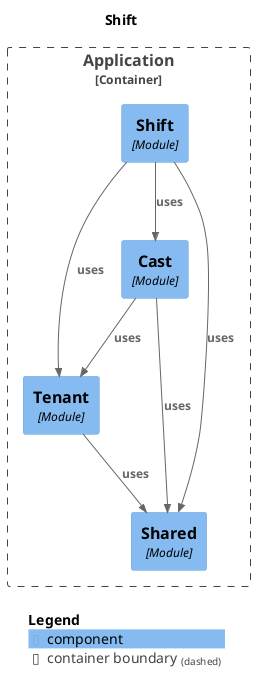
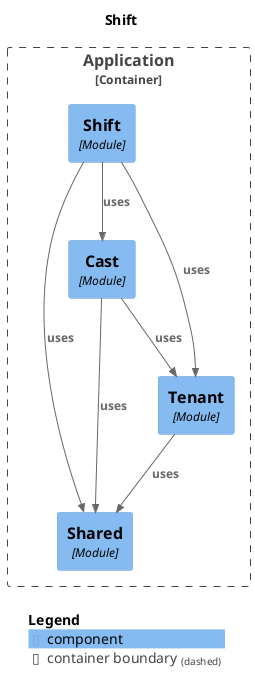
@startuml
set separator none
title Shift

top to bottom direction

!include <C4/C4>
!include <C4/C4_Context>
!include <C4/C4_Component>

Container_Boundary("Application.Application_boundary", "Application", $tags="") {
-   Component(Application.Application.Tenant, "Tenant", $techn="Module", $descr="", $tags="", $link="")
  Component(Application.Application.Cast, "Cast", $techn="Module", $descr="", $tags="", $link="")
  Component(Application.Application.Shift, "Shift", $techn="Module", $descr="", $tags="", $link="")
  Component(Application.Application.Shared, "Shared", $techn="Module", $descr="", $tags="", $link="")
+   Component(Application.Application.Tenant, "Tenant", $techn="Module", $descr="", $tags="", $link="")
}

+ Rel(Application.Application.Shift, Application.Application.Shared, "uses", $techn="", $tags="", $link="")
+ Rel(Application.Application.Shift, Application.Application.Tenant, "uses", $techn="", $tags="", $link="")
+ Rel(Application.Application.Shift, Application.Application.Cast, "uses", $techn="", $tags="", $link="")
Rel(Application.Application.Tenant, Application.Application.Shared, "uses", $techn="", $tags="", $link="")
Rel(Application.Application.Cast, Application.Application.Shared, "uses", $techn="", $tags="", $link="")
Rel(Application.Application.Cast, Application.Application.Tenant, "uses", $techn="", $tags="", $link="")
- Rel(Application.Application.Shift, Application.Application.Shared, "uses", $techn="", $tags="", $link="")
- Rel(Application.Application.Shift, Application.Application.Tenant, "uses", $techn="", $tags="", $link="")
- Rel(Application.Application.Shift, Application.Application.Cast, "uses", $techn="", $tags="", $link="")

SHOW_LEGEND(true)
@enduml